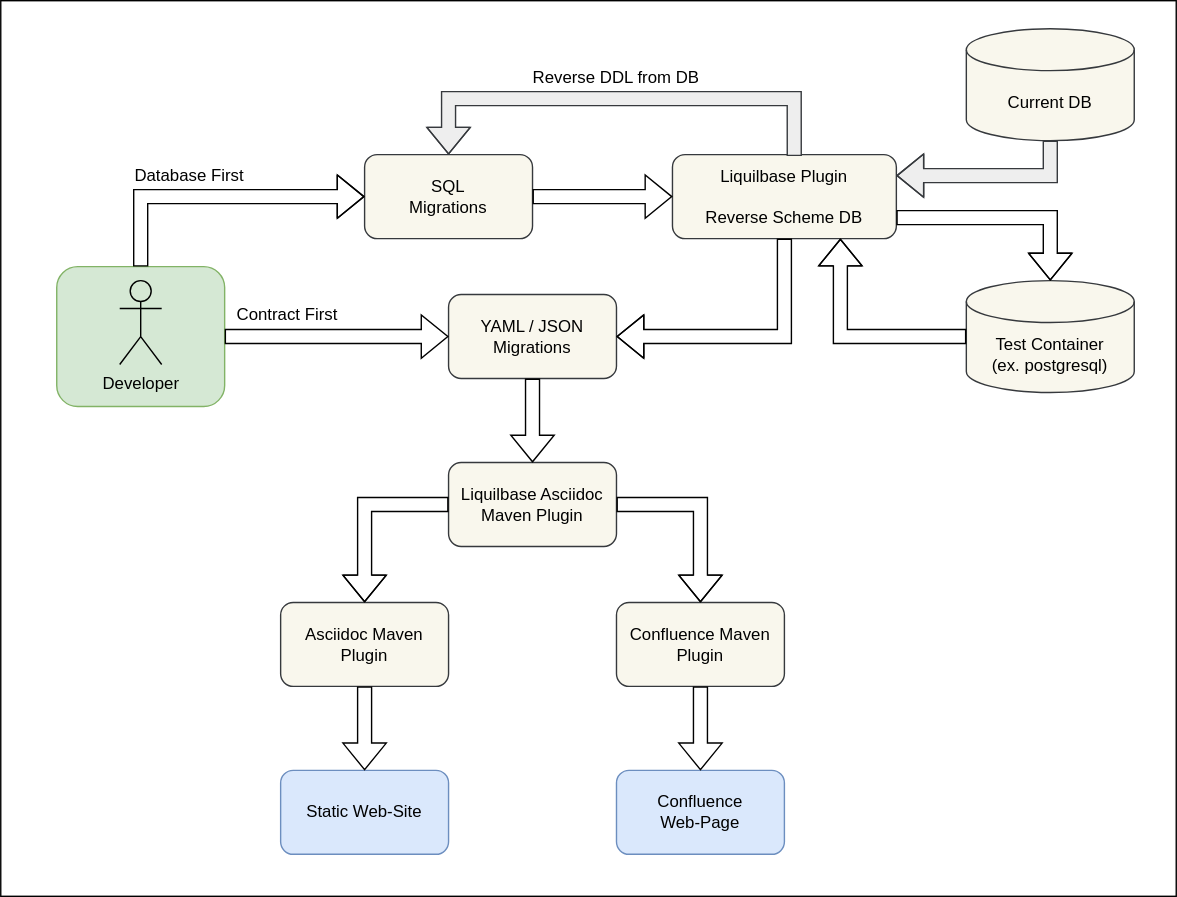
Above: doc/context-view.svg in denis-volnenko/liquibase-asciidoc-maven-plugin (draw.io), before the change. Source tidied: cells renumbered, new cells last; positions are measured from the earlier drawing's top-left corner, leaving out a move shared by most shapes.
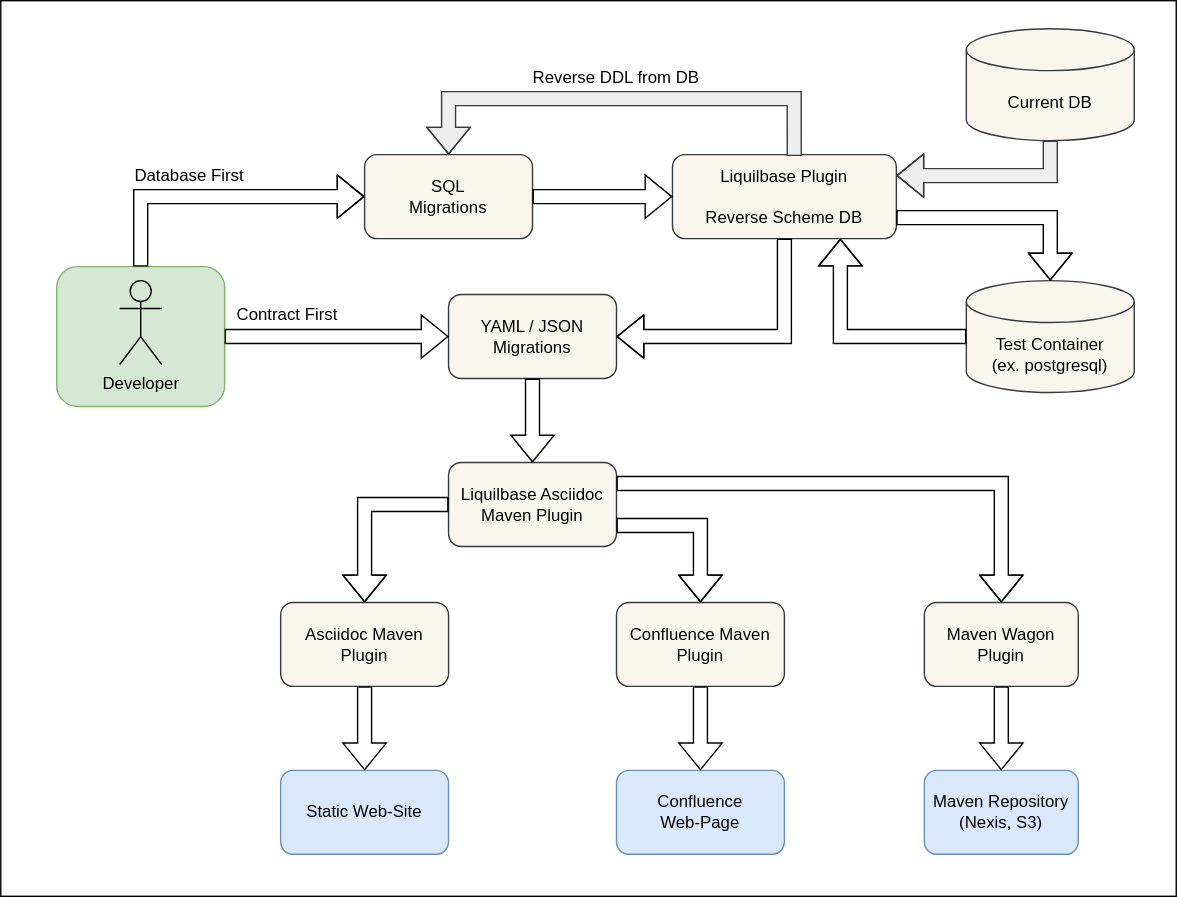
Later version of the same file.

What changed in the source:
```diff
@@ -55,10 +55,10 @@
     <mxCell id="16" value="Confluence Maven Plugin" style="rounded=1;whiteSpace=wrap;html=1;fillColor=#f9f7ed;strokeColor=#36393d;" parent="1" vertex="1">
       <mxGeometry x="440" y="430" width="120" height="60" as="geometry" />
     </mxCell>
-    <mxCell id="17" style="shape=flexArrow;endArrow=classic;html=1;rounded=0;exitX=1;exitY=0.5;exitDx=0;exitDy=0;entryX=0.5;entryY=0;entryDx=0;entryDy=0;" parent="1" edge="1" source="7" target="16">
+    <mxCell id="17" style="shape=flexArrow;endArrow=classic;html=1;rounded=0;exitX=1;exitY=0.75;exitDx=0;exitDy=0;entryX=0.5;entryY=0;entryDx=0;entryDy=0;" parent="1" edge="1" source="7" target="16">
       <mxGeometry relative="1" as="geometry">
         <Array as="points">
-          <mxPoint x="500" y="360" />
+          <mxPoint x="500" y="375" />
         </Array>
       </mxGeometry>
     </mxCell>
@@ -122,5 +122,22 @@
         </Array>
       </mxGeometry>
     </mxCell>
+    <mxCell id="31" value="Maven Wagon Plugin" style="rounded=1;whiteSpace=wrap;html=1;fillColor=#f9f7ed;strokeColor=#36393d;" parent="1" vertex="1">
+      <mxGeometry x="660" y="430" width="110" height="60" as="geometry" />
+    </mxCell>
+    <mxCell id="32" style="shape=flexArrow;endArrow=classic;html=1;rounded=0;entryX=0.5;entryY=0;entryDx=0;entryDy=0;fillColor=default;exitX=1;exitY=0.25;exitDx=0;exitDy=0;" parent="1" edge="1" source="7" target="31">
+      <mxGeometry relative="1" as="geometry">
+        <Array as="points">
+          <mxPoint x="530" y="345" />
+          <mxPoint x="715" y="345" />
+        </Array>
+      </mxGeometry>
+    </mxCell>
+    <mxCell id="33" value="Maven Repository (Nexis, S3)" style="rounded=1;whiteSpace=wrap;html=1;fillColor=#dae8fc;strokeColor=#6c8ebf;" parent="1" vertex="1">
+      <mxGeometry x="660" y="550" width="110" height="60" as="geometry" />
+    </mxCell>
+    <mxCell id="34" style="shape=flexArrow;endArrow=classic;html=1;rounded=0;fillColor=default;exitX=0.5;exitY=1;exitDx=0;exitDy=0;entryX=0.5;entryY=0;entryDx=0;entryDy=0;" parent="1" edge="1" source="31" target="33">
+      <mxGeometry relative="1" as="geometry" />
+    </mxCell>
   </root>
 </mxGraphModel>
```
